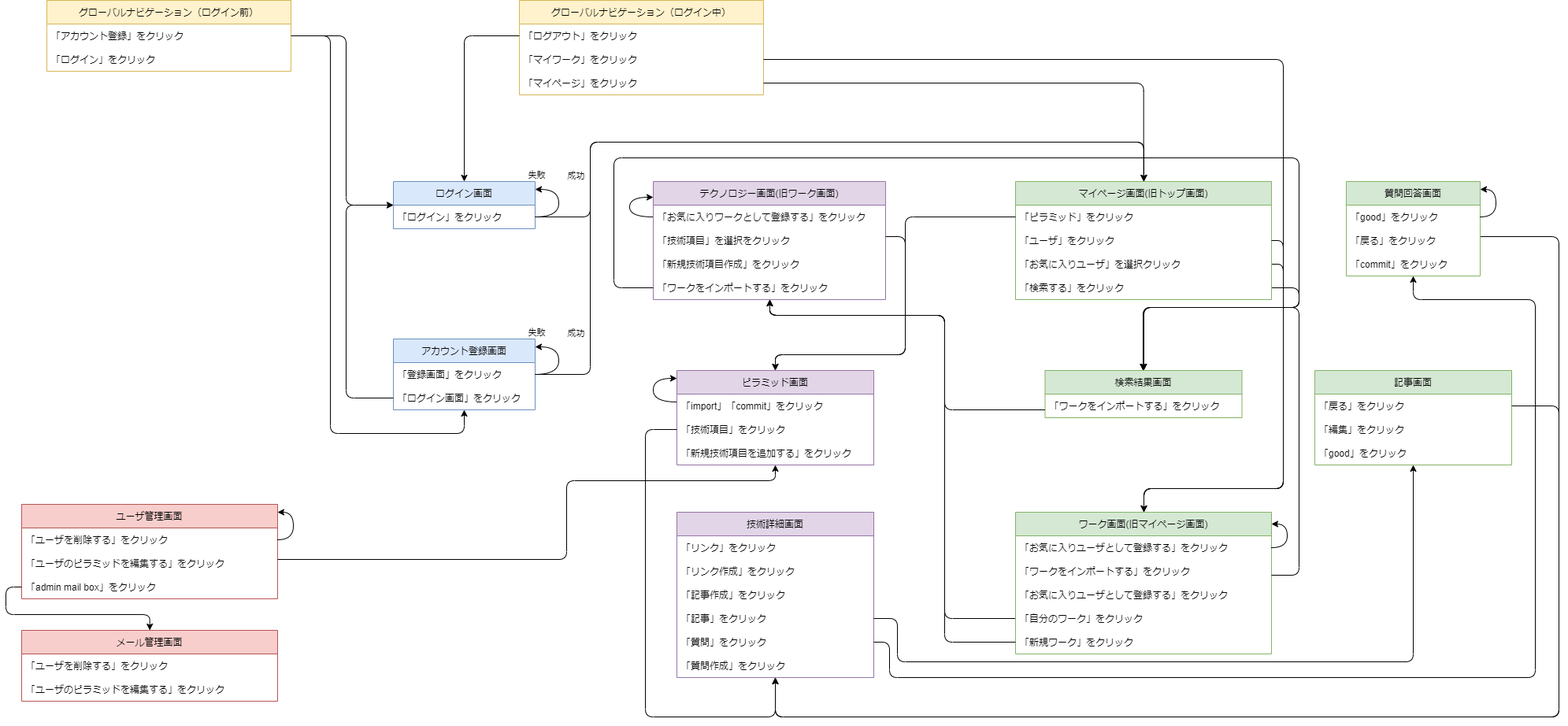
Before: document/画面遷移図.drawio.png, a diagram exported from draw.io (TakeshiAono/technology_pyramid). Source tidied: cells renumbered, new cells last; positions are measured from the earlier drawing's top-left corner, leaving out a move shared by most shapes.
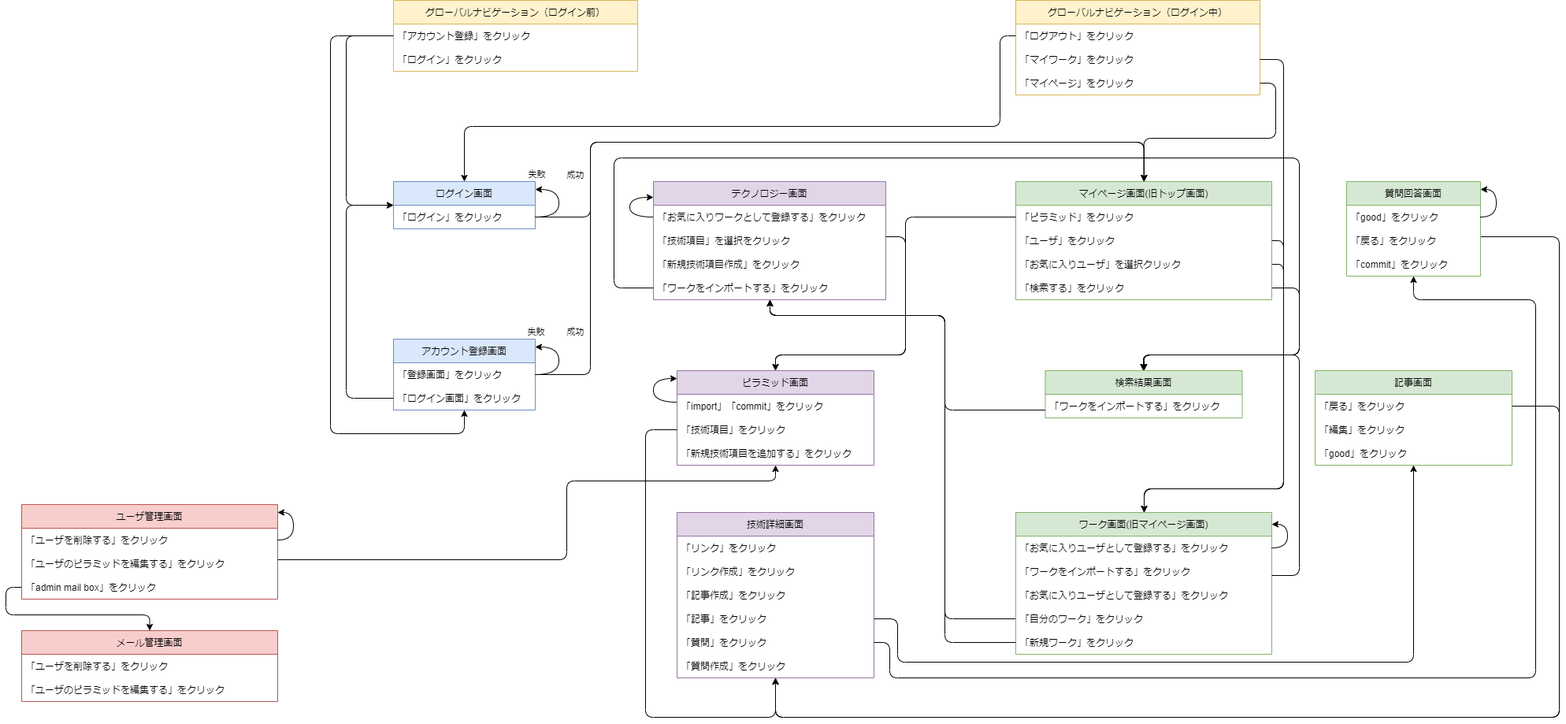
After the change.

Commit message:
:art: アカウント登録画面のformを中央寄せ

The edit, as a diff of the source:
```diff
@@ -200,7 +200,7 @@
       </mxGeometry>
     </mxCell>
     <mxCell id="42" value="グローバルナビゲーション（ログイン中）" style="swimlane;fontStyle=0;horizontal=1;startSize=30;fillColor=#fff2cc;strokeColor=#d6b656;" parent="1" vertex="1">
-      <mxGeometry x="632" width="310" height="120" as="geometry" />
+      <mxGeometry x="1262" width="310" height="120" as="geometry" />
     </mxCell>
     <mxCell id="43" value="「ログアウト」をクリック" style="text;strokeColor=none;fillColor=none;align=left;verticalAlign=middle;spacingLeft=4;spacingRight=4;overflow=hidden;points=[[0,0.5],[1,0.5]];portConstraint=eastwest;" parent="42" vertex="1">
       <mxGeometry y="30" width="310" height="30" as="geometry" />
@@ -220,7 +220,7 @@
       </mxGeometry>
     </mxCell>
     <mxCell id="47" value="グローバルナビゲーション（ログイン前）" style="swimlane;fontStyle=0;horizontal=1;startSize=30;fillColor=#fff2cc;strokeColor=#d6b656;" parent="1" vertex="1">
-      <mxGeometry x="32" width="310" height="90" as="geometry" />
+      <mxGeometry x="472" width="310" height="90" as="geometry" />
     </mxCell>
     <mxCell id="48" value="「アカウント登録」をクリック" style="text;strokeColor=none;fillColor=none;align=left;verticalAlign=middle;spacingLeft=4;spacingRight=4;overflow=hidden;points=[[0,0.5],[1,0.5]];portConstraint=eastwest;" parent="47" vertex="1">
       <mxGeometry y="30" width="310" height="30" as="geometry" />
@@ -243,7 +243,9 @@
     <mxCell id="52" style="edgeStyle=orthogonalEdgeStyle;rounded=1;jettySize=auto;html=1;" parent="1" edge="1" source="43" target="4">
       <mxGeometry relative="1" as="geometry">
         <Array as="points">
-          <mxPoint x="562" y="45" />
+          <mxPoint x="1242" y="45" />
+          <mxPoint x="1242" y="160" />
+          <mxPoint x="562" y="160" />
         </Array>
       </mxGeometry>
     </mxCell>
@@ -266,12 +268,12 @@
       <mxGeometry relative="1" as="geometry">
         <Array as="points">
           <mxPoint x="1622" y="365" />
-          <mxPoint x="1622" y="390" />
-          <mxPoint x="1425" y="390" />
+          <mxPoint x="1622" y="450" />
+          <mxPoint x="1425" y="450" />
         </Array>
       </mxGeometry>
     </mxCell>
-    <mxCell id="57" value="テクノロジー画面(旧ワーク画面)" style="swimlane;fontStyle=0;horizontal=1;startSize=30;fillColor=#e1d5e7;strokeColor=#9673a6;" parent="1" vertex="1">
+    <mxCell id="57" value="テクノロジー画面" style="swimlane;fontStyle=0;horizontal=1;startSize=30;fillColor=#e1d5e7;strokeColor=#9673a6;" parent="1" vertex="1">
       <mxGeometry x="802" y="230" width="295" height="150" as="geometry" />
     </mxCell>
     <mxCell id="58" value="「お気に入りワークとして登録する」をクリック" style="text;strokeColor=none;fillColor=none;align=left;verticalAlign=middle;spacingLeft=4;spacingRight=4;overflow=hidden;points=[[0,0.5],[1,0.5]];portConstraint=eastwest;" parent="57" vertex="1">
@@ -422,8 +424,8 @@
       <mxGeometry relative="1" as="geometry">
         <Array as="points">
           <mxPoint x="1622" y="730" />
-          <mxPoint x="1622" y="390" />
-          <mxPoint x="1424" y="390" />
+          <mxPoint x="1622" y="450" />
+          <mxPoint x="1424" y="450" />
         </Array>
       </mxGeometry>
     </mxCell>
@@ -433,8 +435,8 @@
           <mxPoint x="752" y="365" />
           <mxPoint x="752" y="200" />
           <mxPoint x="1622" y="200" />
-          <mxPoint x="1622" y="390" />
-          <mxPoint x="1424" y="390" />
+          <mxPoint x="1622" y="450" />
+          <mxPoint x="1424" y="450" />
         </Array>
       </mxGeometry>
     </mxCell>
```
